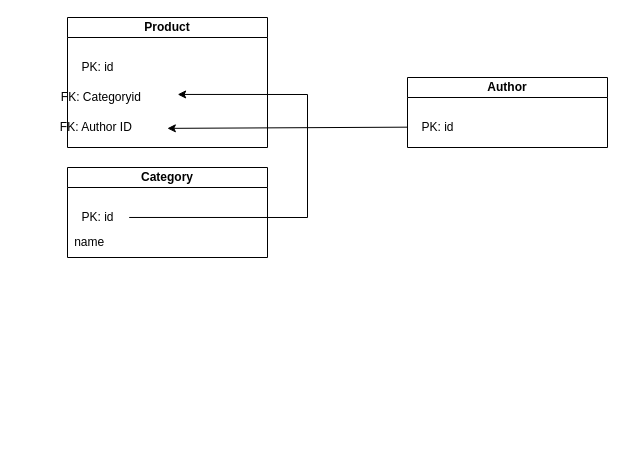
Before: Диаграмма без названия.drawio in Amin6009/533, a draw.io diagram. Source tidied: cells renumbered, new cells numbered last; positions are measured from the earlier drawing's top-left corner, leaving out a move shared by most shapes. Both pictures are drawn from the tidied source at 100%, with x=0, y=0 at pixel (17, 17).
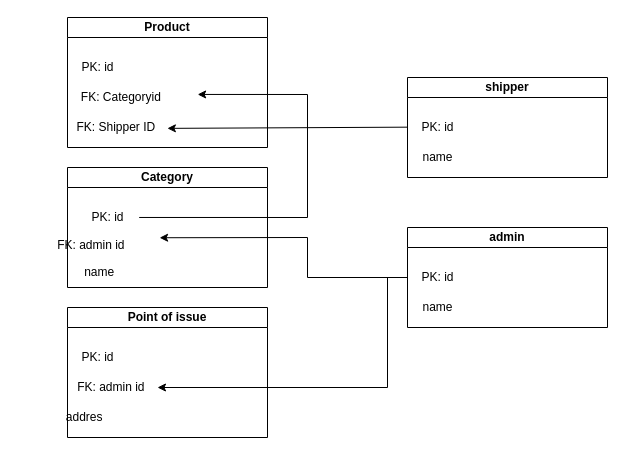
After the change.

Unchanged cells that the change refers to:
```xml
<mxCell id="2" value="Product" style="swimlane;whiteSpace=wrap;html=1;startSize=20;" parent="1" vertex="1">
  <mxGeometry x="50" width="200" height="130" as="geometry" />
</mxCell>
```

Change to the diagram source:
```diff
@@
     <mxCell id="3" value="&lt;span style=&quot;white-space: pre;&quot;&gt; &lt;/span&gt;&lt;span style=&quot;white-space: pre;&quot;&gt; &lt;/span&gt;FK: Categoryid" style="text;html=1;align=center;verticalAlign=middle;points=[];strokeColor=none;fillColor=none;" parent="2" vertex="1">
-      <mxGeometry x="-50" y="65" width="160" height="30" as="geometry" />
+      <mxGeometry x="-30" y="65" width="160" height="30" as="geometry" />
     </mxCell>
@@
-    <mxCell id="5" value="&lt;span style=&quot;white-space: pre;&quot;&gt; &lt;/span&gt;&lt;span style=&quot;white-space: pre;&quot;&gt; &lt;/span&gt;FK: Author ID" style="text;html=1;align=center;verticalAlign=middle;points=[];strokeColor=none;fillColor=none;" parent="2" vertex="1">
-      <mxGeometry x="-50" y="95" width="150" height="30" as="geometry" />
+    <mxCell id="5" value="&lt;span style=&quot;white-space: pre;&quot;&gt; &lt;/span&gt;&lt;span style=&quot;white-space: pre;&quot;&gt; &lt;/span&gt;FK: Shipper ID" style="text;html=1;align=center;verticalAlign=middle;points=[];strokeColor=none;fillColor=none;" parent="2" vertex="1">
+      <mxGeometry x="-10" y="95" width="110" height="30" as="geometry" />
     </mxCell>
-    <mxCell id="6" value="Author" style="swimlane;whiteSpace=wrap;html=1;startSize=20;" parent="1" vertex="1">
-      <mxGeometry x="390" y="60" width="200" height="70" as="geometry" />
+    <mxCell id="6" value="shipper" style="swimlane;whiteSpace=wrap;html=1;startSize=20;" parent="1" vertex="1">
+      <mxGeometry x="390" y="60" width="200" height="100" as="geometry" />
     </mxCell>
@@
+    <mxCell id="13" value="name" style="text;html=1;align=center;verticalAlign=middle;strokeColor=none;fillColor=none;" parent="6" vertex="1">
+      <mxGeometry x="5" y="65" width="50" height="30" as="geometry" />
+    </mxCell>
     <mxCell id="8" value="Category" style="swimlane;whiteSpace=wrap;html=1;startSize=20;" parent="1" vertex="1">
-      <mxGeometry x="50" y="150" width="200" height="90" as="geometry" />
+      <mxGeometry x="50" y="150" width="200" height="120" as="geometry" />
     </mxCell>
     <mxCell id="9" value="PK: id" style="text;html=1;align=center;verticalAlign=middle;points=[];strokeColor=none;fillColor=none;" parent="8" vertex="1">
-      <mxGeometry y="35" width="60" height="30" as="geometry" />
+      <mxGeometry x="10" y="35" width="60" height="30" as="geometry" />
     </mxCell>
     <mxCell id="10" value="&lt;span style=&quot;white-space: pre;&quot;&gt; &lt;/span&gt;name" style="text;html=1;align=center;verticalAlign=middle;strokeColor=none;fillColor=none;" parent="8" vertex="1">
-      <mxGeometry x="-20" y="60" width="80" height="30" as="geometry" />
+      <mxGeometry x="-10" y="90" width="80" height="30" as="geometry" />
     </mxCell>
+    <mxCell id="14" value="&lt;span style=&quot;white-space: pre;&quot;&gt; &lt;span style=&quot;white-space: pre;&quot;&gt; &lt;/span&gt;&lt;br&gt;&lt;/span&gt;&lt;span style=&quot;white-space: pre;&quot;&gt; &lt;/span&gt;&lt;span style=&quot;white-space: pre;&quot;&gt; &lt;/span&gt;FK: admin id" style="text;html=1;align=center;verticalAlign=middle;points=[];strokeColor=none;fillColor=none;" parent="8" vertex="1">
+      <mxGeometry x="-50" y="50" width="140" height="40" as="geometry" />
+    </mxCell>
@@
+    <mxCell id="15" value="Point of issue" style="swimlane;whiteSpace=wrap;html=1;startSize=20;" parent="1" vertex="1">
+      <mxGeometry x="50" y="290" width="200" height="130" as="geometry" />
+    </mxCell>
+    <mxCell id="16" value="&lt;span style=&quot;white-space: pre;&quot;&gt; &lt;/span&gt;&lt;span style=&quot;white-space: pre;&quot;&gt; &lt;/span&gt;FK: admin id" style="text;html=1;align=center;verticalAlign=middle;points=[];strokeColor=none;fillColor=none;" parent="15" vertex="1">
+      <mxGeometry x="-10" y="65" width="100" height="30" as="geometry" />
+    </mxCell>
+    <mxCell id="17" value="PK: id" style="text;html=1;align=center;verticalAlign=middle;strokeColor=none;fillColor=none;" parent="15" vertex="1">
+      <mxGeometry y="35" width="60" height="30" as="geometry" />
+    </mxCell>
+    <mxCell id="18" value="&lt;span style=&quot;white-space: pre;&quot;&gt; &lt;/span&gt;addres" style="text;html=1;align=center;verticalAlign=middle;strokeColor=none;fillColor=none;" parent="15" vertex="1">
+      <mxGeometry x="-30" y="95" width="90" height="30" as="geometry" />
+    </mxCell>
+    <mxCell id="19" value="admin" style="swimlane;whiteSpace=wrap;html=1;startSize=20;" parent="1" vertex="1">
+      <mxGeometry x="390" y="210" width="200" height="100" as="geometry" />
+    </mxCell>
+    <mxCell id="20" value="PK: id" style="text;html=1;align=center;verticalAlign=middle;strokeColor=none;fillColor=none;" parent="19" vertex="1">
+      <mxGeometry y="35" width="60" height="30" as="geometry" />
+    </mxCell>
+    <mxCell id="21" value="name" style="text;html=1;align=center;verticalAlign=middle;strokeColor=none;fillColor=none;" parent="19" vertex="1">
+      <mxGeometry x="5" y="65" width="50" height="30" as="geometry" />
+    </mxCell>
+    <mxCell id="22" style="endArrow=classic;html=1;rounded=0;entryX=1.015;entryY=0.506;entryDx=0;entryDy=0;entryPerimeter=0;" parent="1" edge="1" target="14">
+      <mxGeometry relative="1" as="geometry">
+        <mxPoint x="390" y="260" as="sourcePoint" />
+        <Array as="points">
+          <mxPoint x="290" y="260" />
+          <mxPoint x="290" y="220" />
+        </Array>
+      </mxGeometry>
+    </mxCell>
+    <mxCell id="23" style="endArrow=classic;html=1;rounded=0;entryX=1;entryY=0.5;entryDx=0;entryDy=0;entryPerimeter=0;" parent="1" edge="1" target="16">
+      <mxGeometry relative="1" as="geometry">
+        <mxPoint x="390" y="260" as="sourcePoint" />
+        <Array as="points">
+          <mxPoint x="370" y="260" />
+          <mxPoint x="370" y="370" />
+          <mxPoint x="250" y="370" />
+        </Array>
+      </mxGeometry>
+    </mxCell>
```
